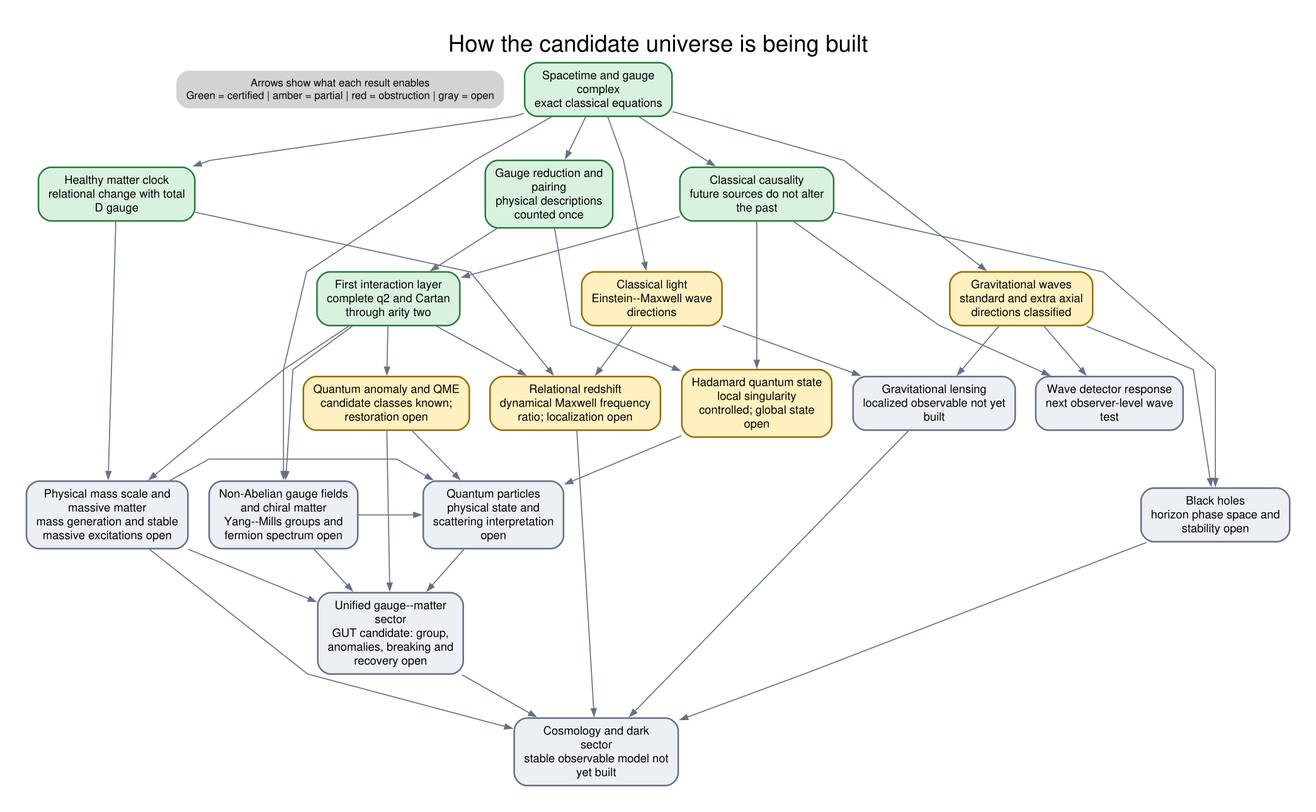
The Graphviz diagram certificate_graph/universe-building-dag.png in area9innovation/weyl-gravity, before a commit. Its source is kept beside it as certificate_graph/universe-building-dag.dot.
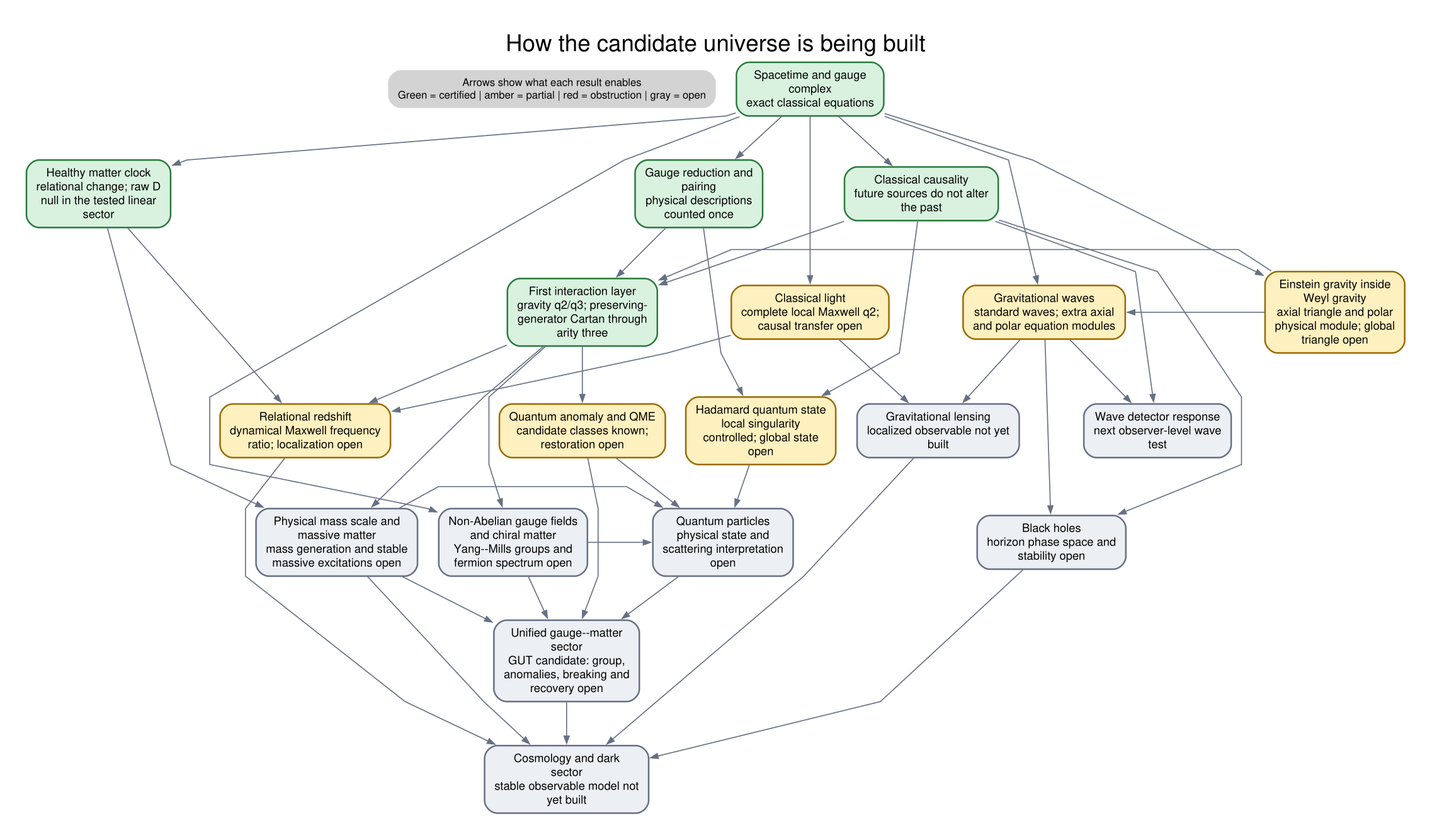
The same diagram one commit later.

Diff of the diagram source:
```diff
@@ -8,10 +8,11 @@
   "gauge_complex" [shape=box, label="Spacetime and gauge\ncomplex\nexact classical equations", fillcolor="#d9f2df", color="#287a3d", tooltip="Spacetime and gauge\ncomplex\nexact classical equations"];
   "causality" [shape=box, label="Classical causality\nfuture sources do not alter\nthe past", fillcolor="#d9f2df", color="#287a3d", tooltip="Classical causality\nfuture sources do not alter\nthe past"];
   "residual" [shape=box, label="Gauge reduction and\npairing\nphysical descriptions\ncounted once", fillcolor="#d9f2df", color="#287a3d", tooltip="Gauge reduction and\npairing\nphysical descriptions\ncounted once"];
-  "clock" [shape=box, label="Healthy matter clock\nrelational change with total\nD gauge", fillcolor="#d9f2df", color="#287a3d", tooltip="Healthy matter clock\nrelational change with total\nD gauge"];
-  "interactions" [shape=box, label="First interaction layer\ncomplete q2 and Cartan\nthrough arity two", fillcolor="#d9f2df", color="#287a3d", tooltip="First interaction layer\ncomplete q2 and Cartan\nthrough arity two"];
-  "light" [shape=box, label="Classical light\nEinstein--Maxwell wave\ndirections", fillcolor="#fff0bf", color="#9a6a00", tooltip="Classical light\nEinstein--Maxwell wave\ndirections"];
-  "gravity_waves" [shape=box, label="Gravitational waves\nstandard and extra axial\ndirections classified", fillcolor="#fff0bf", color="#9a6a00", tooltip="Gravitational waves\nstandard and extra axial\ndirections classified"];
+  "clock" [shape=box, label="Healthy matter clock\nrelational change; raw D\nnull in the tested linear\nsector", fillcolor="#d9f2df", color="#287a3d", tooltip="Healthy matter clock\nrelational change; raw D\nnull in the tested linear\nsector"];
+  "interactions" [shape=box, label="First interaction layer\ngravity q2/q3; preserving-\ngenerator Cartan through\narity three", fillcolor="#d9f2df", color="#287a3d", tooltip="First interaction layer\ngravity q2/q3; preserving-\ngenerator Cartan through\narity three"];
+  "einstein_weyl_relative" [shape=box, label="Einstein gravity inside\nWeyl gravity\naxial triangle and polar\nphysical module; global\ntriangle open", fillcolor="#fff0bf", color="#9a6a00", tooltip="Einstein gravity inside\nWeyl gravity\naxial triangle and polar\nphysical module; global\ntriangle open"];
+  "light" [shape=box, label="Classical light\ncomplete local Maxwell q2;\ncausal transfer open", fillcolor="#fff0bf", color="#9a6a00", tooltip="Classical light\ncomplete local Maxwell q2;\ncausal transfer open"];
+  "gravity_waves" [shape=box, label="Gravitational waves\nstandard waves; extra axial\nand polar equation modules", fillcolor="#fff0bf", color="#9a6a00", tooltip="Gravitational waves\nstandard waves; extra axial\nand polar equation modules"];
   "redshift" [shape=box, label="Relational redshift\ndynamical Maxwell frequency\nratio; localization open", fillcolor="#fff0bf", color="#9a6a00", tooltip="Relational redshift\ndynamical Maxwell frequency\nratio; localization open"];
   "detector" [shape=box, label="Wave detector response\nnext observer-level wave\ntest", fillcolor="#eceff3", color="#667085", tooltip="Wave detector response\nnext observer-level wave\ntest"];
   "hadamard" [shape=box, label="Hadamard quantum state\nlocal singularity\ncontrolled; global state\nopen", fillcolor="#fff0bf", color="#9a6a00", tooltip="Hadamard quantum state\nlocal singularity\ncontrolled; global state\nopen"];
@@ -24,7 +25,7 @@
   "gut" [shape=box, label="Unified gauge--matter\nsector\nGUT candidate: group,\nanomalies, breaking and\nrecovery open", fillcolor="#eceff3", color="#667085", tooltip="Unified gauge--matter\nsector\nGUT candidate: group,\nanomalies, breaking and\nrecovery open"];
   "cosmology" [shape=box, label="Cosmology and dark\nsector\nstable observable model not\nyet built", fillcolor="#eceff3", color="#667085", tooltip="Cosmology and dark\nsector\nstable observable model not\nyet built"];
   { rank=same; "causality"; "residual"; "clock"; }
-  { rank=same; "interactions"; "light"; "gravity_waves"; }
+  { rank=same; "interactions"; "einstein_weyl_relative"; "light"; "gravity_waves"; }
   { rank=same; "redshift"; "detector"; "lensing"; }
   { rank=same; "hadamard"; "anomalies"; }
   { rank=same; "mass"; "nonabelian_matter"; "particles"; "black_holes"; }
@@ -33,6 +34,9 @@
   "gauge_complex" -> "clock" [tooltip="couples matter"];
   "gauge_complex" -> "light" [tooltip="supports fields"];
   "gauge_complex" -> "gravity_waves" [tooltip="linearizes"];
+  "gauge_complex" -> "einstein_weyl_relative" [tooltip="defines both complexes"];
+  "einstein_weyl_relative" -> "gravity_waves" [tooltip="separates familiar and extra modes"];
+  "einstein_weyl_relative" -> "interactions" [tooltip="tests nonlinear closure"];
   "residual" -> "interactions" [tooltip="defines physical transfer"];
   "causality" -> "interactions" [tooltip="limits influence"];
   "clock" -> "redshift" [tooltip="supplies readings"];
```
